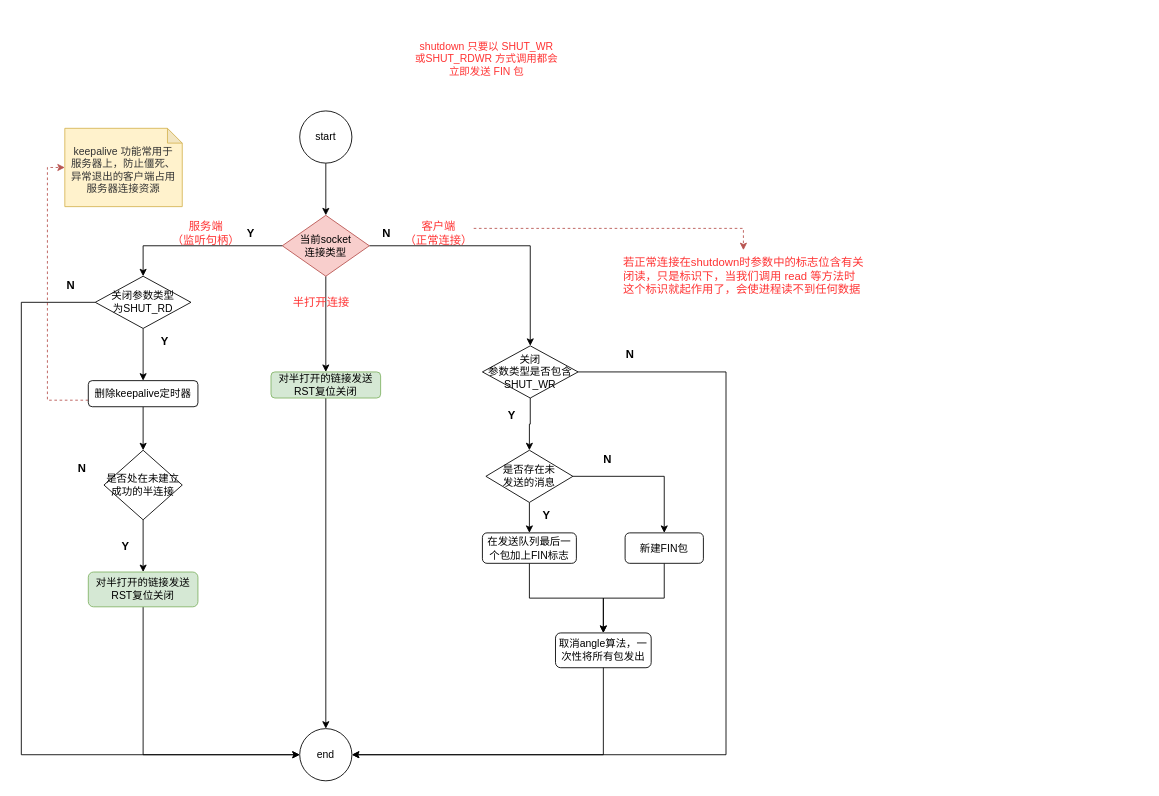
Above: page "shutdown" (2 of 3) of NetworkProtocol/tcp-close-shutdown.drawio in linkypi/xmind (draw.io), before the change. Source tidied: cells renumbered, new cells numbered last; positions are measured from the earlier drawing's top-left corner, leaving out a move shared by most shapes. Both pictures are drawn from the tidied source at 87%, with x=0, y=0 at pixel (21, 32).
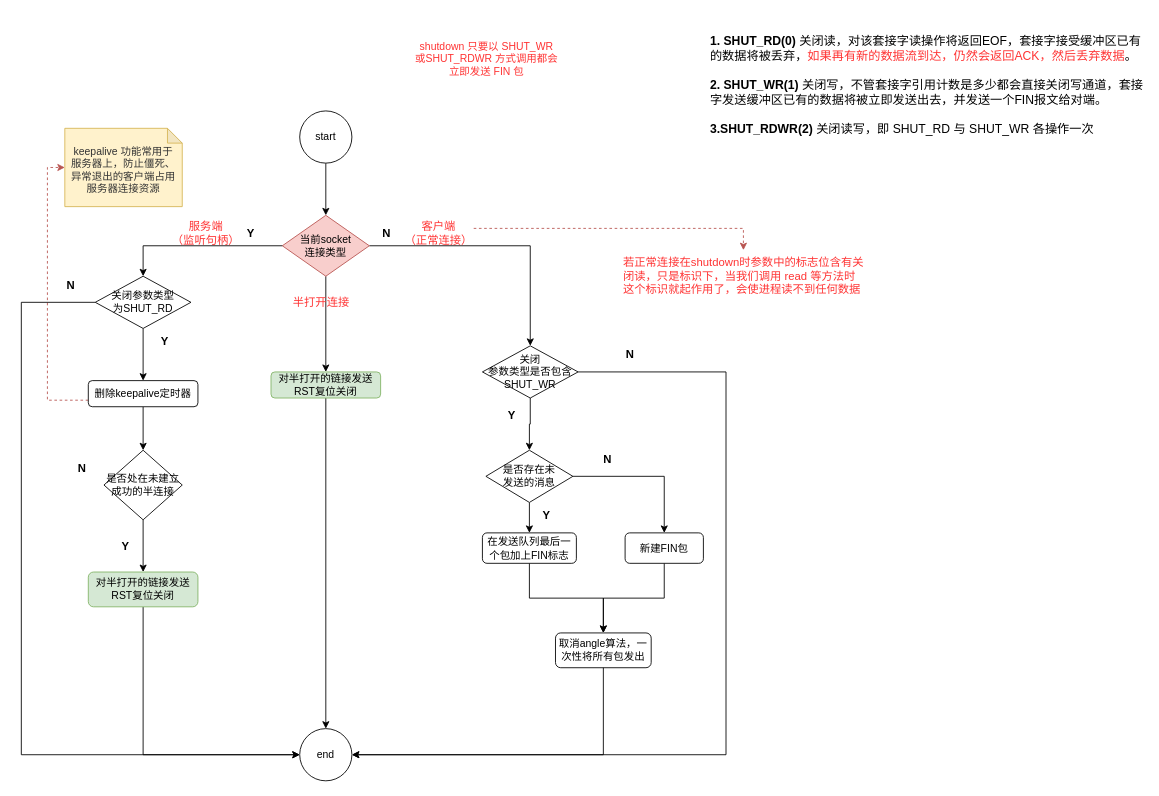
After the change.

What changed in the source:
```diff
@@
+    <mxCell id="50" value="&lt;b&gt;1. SHUT_RD(0) &lt;/b&gt;关闭读，对该套接字读操作将返回EOF，套接字接受缓冲区已有的数据将被丢弃，&lt;font color=&quot;#ff3333&quot;&gt;如果再有新的数据流到达，仍然会返回ACK，然后丢弃数据&lt;/font&gt;。&lt;br&gt;&lt;br&gt;&lt;b&gt;2. SHUT_WR(1)&lt;/b&gt; 关闭写，不管套接字引用计数是多少都会直接关闭写通道，套接字发送缓冲区已有的数据将被立即发送出去，并发送一个FIN报文给对端。&lt;br&gt;&lt;br&gt;&lt;b&gt;3.SHUT_RDWR(2) &lt;/b&gt;关闭读写，即 SHUT_RD 与 SHUT_WR 各操作一次" style="text;html=1;strokeColor=none;fillColor=none;align=left;verticalAlign=middle;whiteSpace=wrap;rounded=0;fontSize=14;" parent="1" vertex="1">
+      <mxGeometry x="790" y="-20" width="500" height="160" as="geometry" />
+    </mxCell>
```
